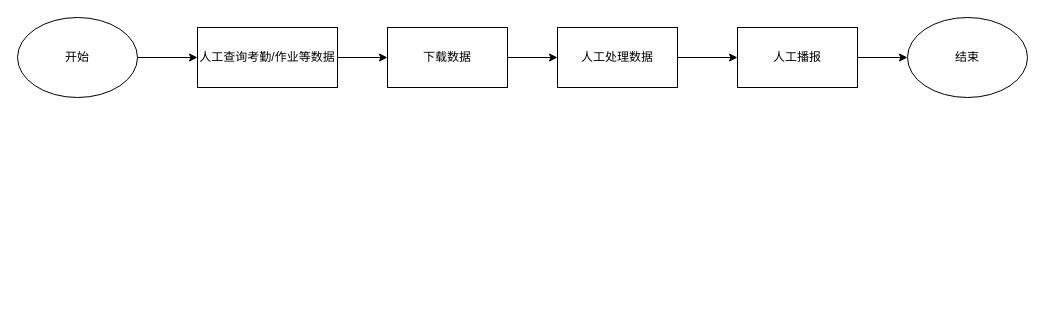
The draw.io diagram page "RPA" (3 of 3) of Vasen.drawio in CongMinYin/flow, before the edit. Source tidied: cells renumbered, new cells numbered last; positions are measured from the earlier drawing's top-left corner, leaving out a move shared by most shapes. Both pictures are drawn from the tidied source at 100%, with x=0, y=0 at pixel (17, 17).
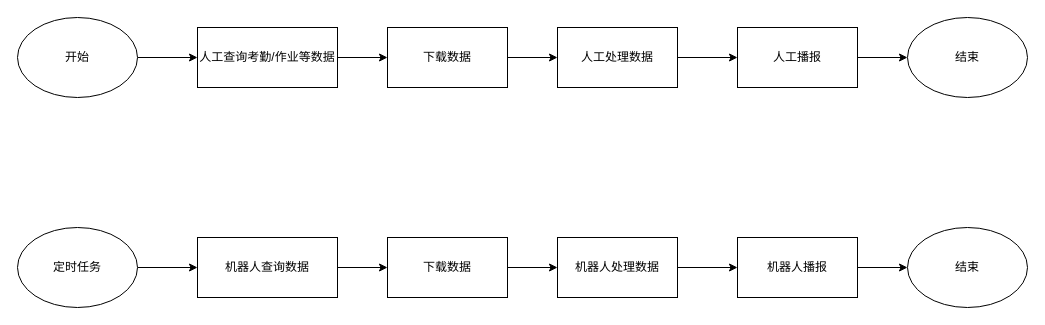
The same page after the edit.

What changed in the source:
```diff
@@
+    <mxCell id="13" style="edgeStyle=orthogonalEdgeStyle;rounded=0;jettySize=auto;html=1;exitX=1;exitY=0.5;exitDx=0;exitDy=0;entryX=0;entryY=0.5;entryDx=0;entryDy=0;" parent="1" edge="1" source="14" target="16">
+      <mxGeometry relative="1" as="geometry" />
+    </mxCell>
+    <mxCell id="14" value="定时任务" style="ellipse;whiteSpace=wrap;html=1;" parent="1" vertex="1">
+      <mxGeometry y="210" width="120" height="80" as="geometry" />
+    </mxCell>
+    <mxCell id="15" style="edgeStyle=orthogonalEdgeStyle;rounded=0;jettySize=auto;html=1;exitX=1;exitY=0.5;exitDx=0;exitDy=0;entryX=0;entryY=0.5;entryDx=0;entryDy=0;" parent="1" edge="1" source="16" target="18">
+      <mxGeometry relative="1" as="geometry" />
+    </mxCell>
+    <mxCell id="16" value="机器人查询数据" style="rounded=0;whiteSpace=wrap;html=1;" parent="1" vertex="1">
+      <mxGeometry x="180" y="220" width="140" height="60" as="geometry" />
+    </mxCell>
+    <mxCell id="17" style="edgeStyle=orthogonalEdgeStyle;rounded=0;jettySize=auto;html=1;exitX=1;exitY=0.5;exitDx=0;exitDy=0;entryX=0;entryY=0.5;entryDx=0;entryDy=0;" parent="1" edge="1" source="18" target="20">
+      <mxGeometry relative="1" as="geometry" />
+    </mxCell>
+    <mxCell id="18" value="下载数据" style="rounded=0;whiteSpace=wrap;html=1;" parent="1" vertex="1">
+      <mxGeometry x="370" y="220" width="120" height="60" as="geometry" />
+    </mxCell>
+    <mxCell id="19" style="edgeStyle=orthogonalEdgeStyle;rounded=0;jettySize=auto;html=1;exitX=1;exitY=0.5;exitDx=0;exitDy=0;entryX=0;entryY=0.5;entryDx=0;entryDy=0;" parent="1" edge="1" source="20" target="22">
+      <mxGeometry relative="1" as="geometry" />
+    </mxCell>
+    <mxCell id="20" value="机器人处理数据" style="rounded=0;whiteSpace=wrap;html=1;" parent="1" vertex="1">
+      <mxGeometry x="540" y="220" width="120" height="60" as="geometry" />
+    </mxCell>
+    <mxCell id="21" style="edgeStyle=orthogonalEdgeStyle;rounded=0;jettySize=auto;html=1;exitX=1;exitY=0.5;exitDx=0;exitDy=0;entryX=0;entryY=0.5;entryDx=0;entryDy=0;" parent="1" edge="1" source="22" target="23">
+      <mxGeometry relative="1" as="geometry" />
+    </mxCell>
+    <mxCell id="22" value="机器人播报" style="rounded=0;whiteSpace=wrap;html=1;" parent="1" vertex="1">
+      <mxGeometry x="720" y="220" width="120" height="60" as="geometry" />
+    </mxCell>
+    <mxCell id="23" value="结束" style="ellipse;whiteSpace=wrap;html=1;" parent="1" vertex="1">
+      <mxGeometry x="890" y="210" width="120" height="80" as="geometry" />
+    </mxCell>
```
